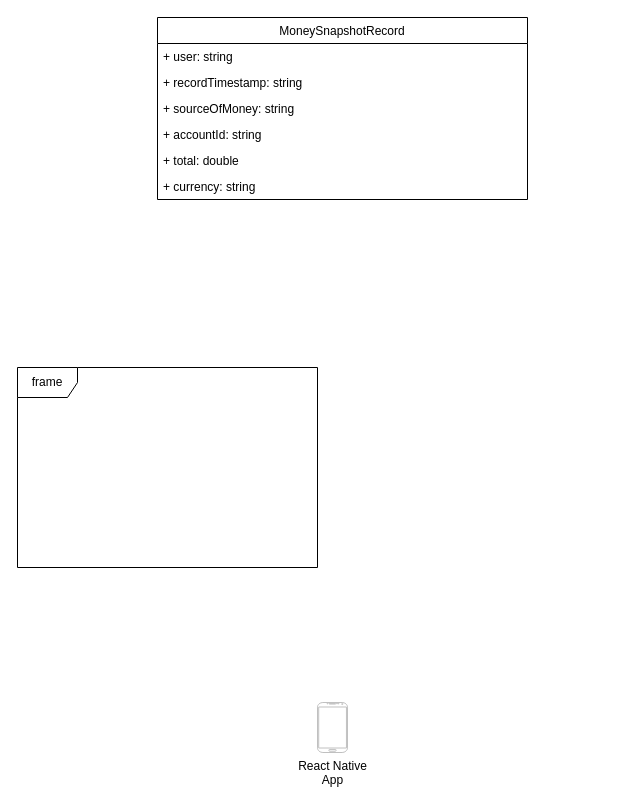
The draw.io diagram money-app/moneyApp.drawio in alvyn279/draw-io-diagrams, before the edit. Source tidied: cells renumbered, new cells numbered last; positions are measured from the earlier drawing's top-left corner, leaving out a move shared by most shapes. Both pictures are drawn from the tidied source at 100%, with x=0, y=0 at pixel (17, 17).
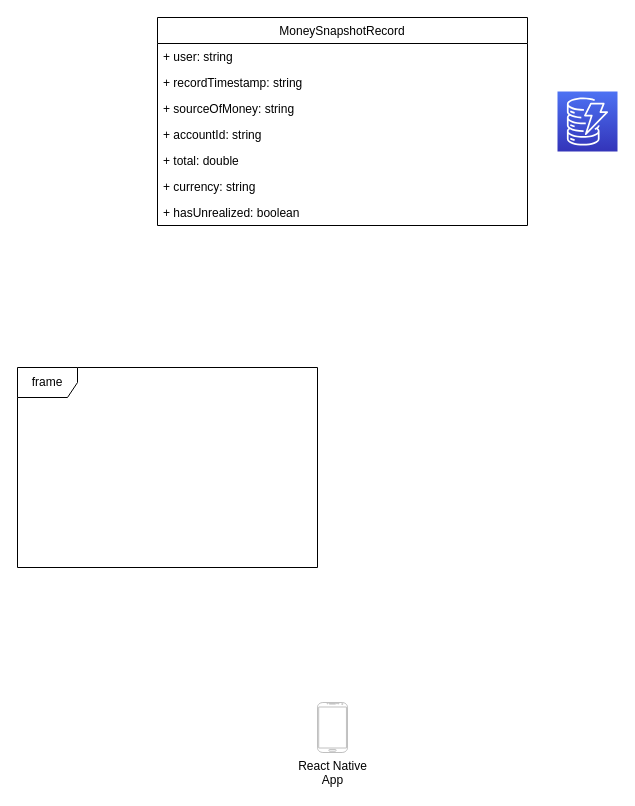
The same page after the edit.

The edit, as a diff of the source:
```diff
@@
 <mxGraphModel>
   <root>
     <mxCell id="0" />
     <mxCell id="1" parent="0" />
     <mxCell id="2" value="React Native&lt;br&gt;App&lt;br&gt;" style="verticalLabelPosition=bottom;verticalAlign=top;html=1;shadow=0;dashed=0;strokeWidth=1;shape=mxgraph.android.phone2;strokeColor=#c0c0c0;" parent="1" vertex="1">
       <mxGeometry x="300" y="685" width="30" height="50" as="geometry" />
     </mxCell>
     <mxCell id="3" value="frame" style="shape=umlFrame;whiteSpace=wrap;html=1;" parent="1" vertex="1">
       <mxGeometry y="350" width="300" height="200" as="geometry" />
     </mxCell>
     <mxCell id="4" value="MoneySnapshotRecord" style="swimlane;fontStyle=0;horizontal=1;startSize=26;fillColor=none;" parent="1" vertex="1">
-      <mxGeometry x="140" width="370" height="182" as="geometry" />
+      <mxGeometry x="140" width="370" height="208" as="geometry" />
     </mxCell>
     <mxCell id="5" value="+ user: string " style="text;strokeColor=none;fillColor=none;align=left;verticalAlign=top;spacingLeft=4;spacingRight=4;overflow=hidden;" parent="4" vertex="1">
       <mxGeometry y="26" width="370" height="26" as="geometry" />
     </mxCell>
     <mxCell id="6" value="+ recordTimestamp: string" style="text;strokeColor=none;fillColor=none;align=left;verticalAlign=top;spacingLeft=4;spacingRight=4;overflow=hidden;" parent="4" vertex="1">
       <mxGeometry y="52" width="370" height="26" as="geometry" />
     </mxCell>
     <mxCell id="7" value="+ sourceOfMoney: string&#10;" style="text;strokeColor=none;fillColor=none;align=left;verticalAlign=top;spacingLeft=4;spacingRight=4;overflow=hidden;" parent="4" vertex="1">
       <mxGeometry y="78" width="370" height="26" as="geometry" />
     </mxCell>
     <mxCell id="8" value="+ accountId: string" style="text;strokeColor=none;fillColor=none;align=left;verticalAlign=top;spacingLeft=4;spacingRight=4;overflow=hidden;" parent="4" vertex="1">
       <mxGeometry y="104" width="370" height="26" as="geometry" />
     </mxCell>
     <mxCell id="9" value="+ total: double" style="text;strokeColor=none;fillColor=none;align=left;verticalAlign=top;spacingLeft=4;spacingRight=4;overflow=hidden;" parent="4" vertex="1">
       <mxGeometry y="130" width="370" height="26" as="geometry" />
     </mxCell>
     <mxCell id="10" value="+ currency: string" style="text;strokeColor=none;fillColor=none;align=left;verticalAlign=top;spacingLeft=4;spacingRight=4;overflow=hidden;" parent="4" vertex="1">
       <mxGeometry y="156" width="370" height="26" as="geometry" />
     </mxCell>
+    <mxCell id="11" value="+ hasUnrealized: boolean" style="text;strokeColor=none;fillColor=none;align=left;verticalAlign=top;spacingLeft=4;spacingRight=4;overflow=hidden;" parent="4" vertex="1">
+      <mxGeometry y="182" width="370" height="26" as="geometry" />
+    </mxCell>
+    <mxCell id="12" style="sketch=0;fontColor=#232F3E;gradientColor=#4D72F3;gradientDirection=north;fillColor=#3334B9;strokeColor=#ffffff;dashed=0;verticalLabelPosition=bottom;verticalAlign=top;align=center;html=1;fontSize=12;fontStyle=0;shape=mxgraph.aws4.resourceIcon;resIcon=mxgraph.aws4.dynamodb;" parent="1" vertex="1">
+      <mxGeometry x="540" y="74" width="60" height="60" as="geometry" />
+    </mxCell>
   </root>
 </mxGraphModel>
```
